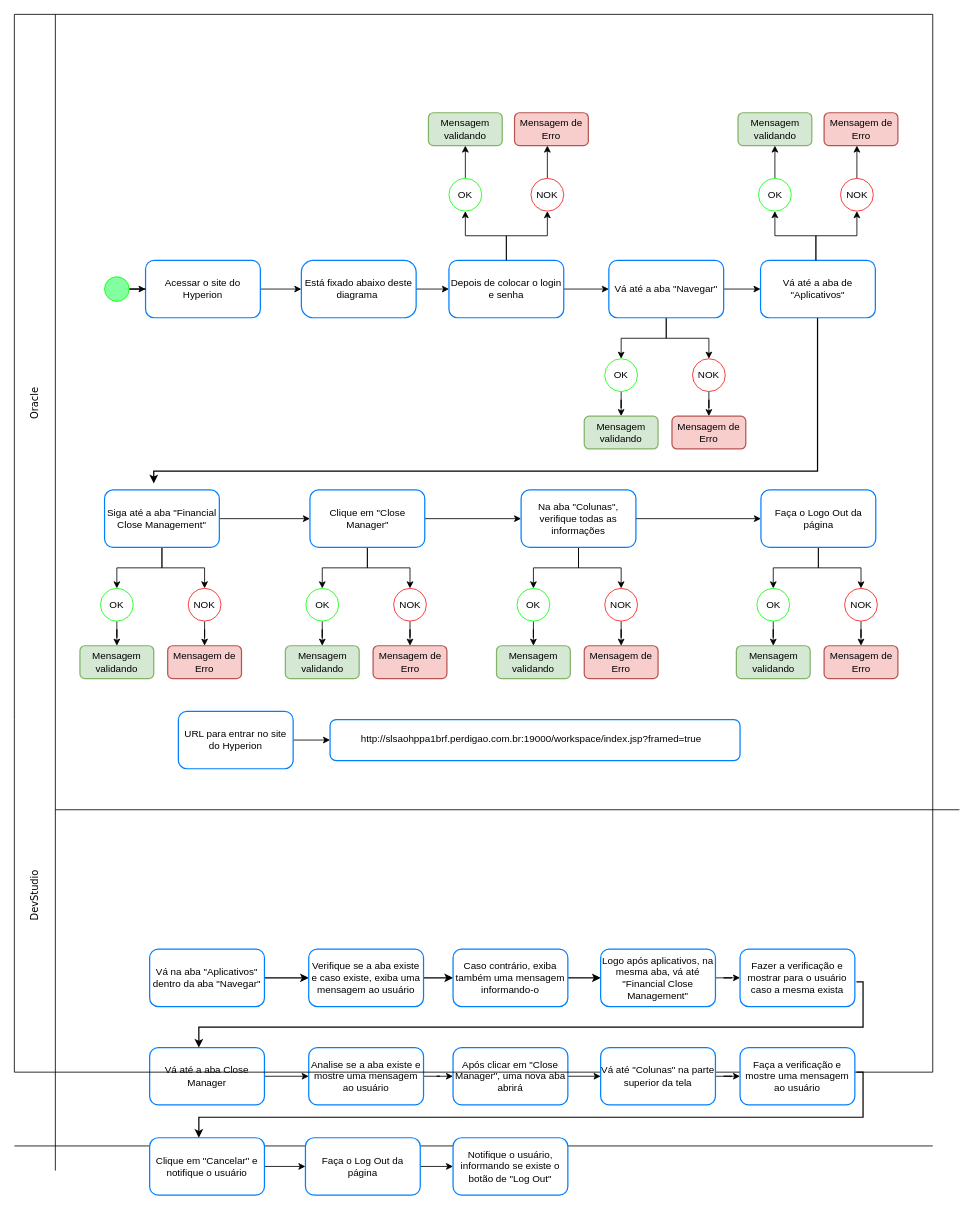
Before: Diagrama detalhado - RCT087.drawio in leopartika/Meus-Projetos, a draw.io diagram. Source tidied: cells renumbered, new cells numbered last; positions are measured from the earlier drawing's top-left corner, leaving out a move shared by most shapes. Both pictures are drawn from the tidied source at 82%, with x=0, y=0 at pixel (-2, 14).
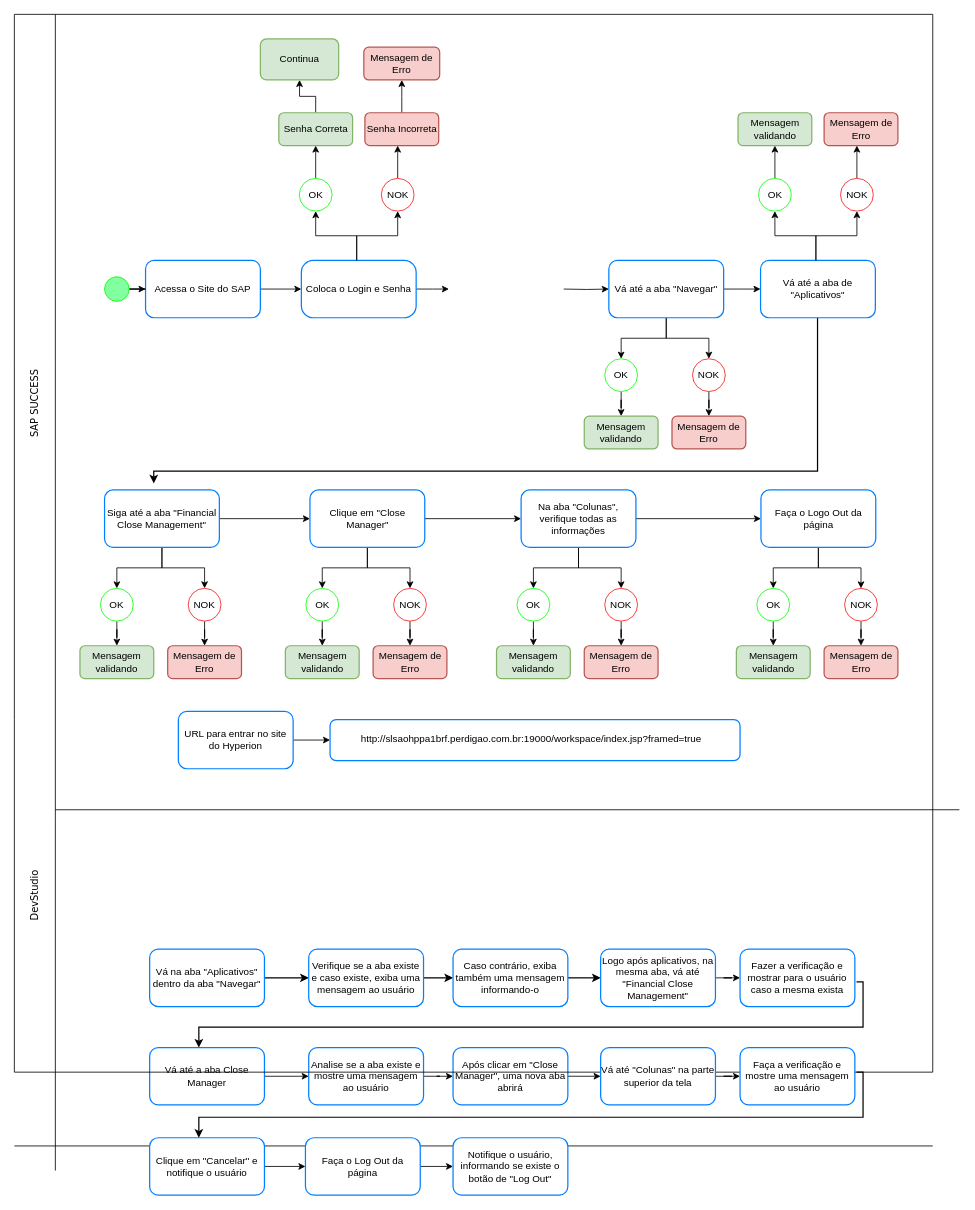
The same page after the edit.

Commit message:
Actualizar Diagrama detalhado - RCT091.drawio

Unchanged cells that the change refers to:
```xml
<mxCell id="13" value="Vá até a aba &quot;Navegar&quot;" style="rounded=1;whiteSpace=wrap;html=1;strokeColor=#007FFF;strokeWidth=1.5;" parent="1" vertex="1">
  <mxGeometry x="745" y="300" width="140" height="70" as="geometry" />
</mxCell>
```

Diff of the diagram source:
```diff
@@
-    <mxCell id="4" value="Acessar o site do Hyperion" style="rounded=1;whiteSpace=wrap;html=1;strokeColor=#007FFF;strokeWidth=1.5;" parent="1" vertex="1">
+    <mxCell id="4" value="Acessa o Site do SAP" style="rounded=1;whiteSpace=wrap;html=1;strokeColor=#007FFF;strokeWidth=1.5;" parent="1" vertex="1">
       <mxGeometry x="180" y="300" width="140" height="70" as="geometry" />
     </mxCell>
-    <mxCell id="5" style="edgeStyle=orthogonalEdgeStyle;rounded=0;jettySize=auto;html=1;" parent="1" edge="1" source="6" target="9">
-      <mxGeometry relative="1" as="geometry" />
+    <mxCell id="5" style="edgeStyle=orthogonalEdgeStyle;rounded=0;jettySize=auto;html=1;" parent="1" edge="1" source="6">
+      <mxGeometry relative="1" as="geometry">
+        <mxPoint x="550" y="335" as="targetPoint" />
+      </mxGeometry>
     </mxCell>
-    <mxCell id="6" value="Está fixado abaixo deste diagrama&amp;nbsp;" style="rounded=1;whiteSpace=wrap;html=1;strokeColor=#007FFF;strokeWidth=1.5;arcSize=21;" parent="1" vertex="1">
+    <mxCell id="6" value="Coloca o Login e Senha" style="rounded=1;whiteSpace=wrap;html=1;strokeColor=#007FFF;strokeWidth=1.5;arcSize=21;" parent="1" vertex="1">
       <mxGeometry x="370" y="300" width="140" height="70" as="geometry" />
     </mxCell>
-    <mxCell id="7" style="edgeStyle=orthogonalEdgeStyle;rounded=0;jettySize=auto;html=1;" parent="1" edge="1" source="9" target="13">
-      <mxGeometry relative="1" as="geometry" />
+    <mxCell id="7" style="edgeStyle=orthogonalEdgeStyle;rounded=0;jettySize=auto;html=1;" parent="1" edge="1" target="13">
+      <mxGeometry relative="1" as="geometry">
+        <mxPoint x="690" y="335" as="sourcePoint" />
+      </mxGeometry>
     </mxCell>
-    <mxCell id="8" style="edgeStyle=orthogonalEdgeStyle;rounded=0;jettySize=auto;html=1;entryX=0.5;entryY=1;entryDx=0;entryDy=0;" parent="1" edge="1" source="9" target="60">
+    <mxCell id="8" style="edgeStyle=orthogonalEdgeStyle;rounded=0;jettySize=auto;html=1;entryX=0.5;entryY=1;entryDx=0;entryDy=0;" parent="1" edge="1" target="60">
       <mxGeometry relative="1" as="geometry">
+        <mxPoint x="437.5" y="300" as="sourcePoint" />
         <Array as="points">
-          <mxPoint x="620" y="270" />
-          <mxPoint x="570" y="270" />
+          <mxPoint x="437.5" y="270" />
+          <mxPoint x="387.5" y="270" />
         </Array>
       </mxGeometry>
     </mxCell>
-    <mxCell id="9" value="Depois de colocar o login e senha" style="rounded=1;whiteSpace=wrap;html=1;strokeColor=#007FFF;strokeWidth=1.5;" parent="1" vertex="1">
-      <mxGeometry x="550" y="300" width="140" height="70" as="geometry" />
-    </mxCell>
@@
-    <mxCell id="27" value="Oracle" style="text;html=1;align=center;verticalAlign=middle;strokeColor=none;fillColor=none;rotation=270;fontStyle=0;fontFamily=Verdana;" parent="1" vertex="1">
-      <mxGeometry x="15" y="460" width="60" height="30" as="geometry" />
+    <mxCell id="27" value="SAP SUCCESS" style="text;html=1;align=center;verticalAlign=middle;strokeColor=none;fillColor=none;rotation=270;fontStyle=0;fontFamily=Verdana;" parent="1" vertex="1">
+      <mxGeometry x="-10" y="460" width="110" height="30" as="geometry" />
     </mxCell>
@@
     <mxCell id="60" value="OK" style="ellipse;whiteSpace=wrap;html=1;strokeColor=#0aff0a;" parent="1" vertex="1">
-      <mxGeometry x="550" y="200" width="40" height="40" as="geometry" />
+      <mxGeometry x="367.5" y="200" width="40" height="40" as="geometry" />
     </mxCell>
+    <mxCell id="119" style="edgeStyle=orthogonalEdgeStyle;rounded=0;jettySize=auto;html=1;" parent="1" edge="1" source="61" target="122">
+      <mxGeometry relative="1" as="geometry" />
+    </mxCell>
-    <mxCell id="61" value="Mensagem validando" style="whiteSpace=wrap;html=1;strokeColor=#82b366;rounded=1;strokeWidth=1.5;fillColor=#d5e8d4;" parent="1" vertex="1">
-      <mxGeometry x="525" y="120" width="90" height="40" as="geometry" />
+    <mxCell id="61" value="Senha Correta" style="whiteSpace=wrap;html=1;strokeColor=#82b366;rounded=1;strokeWidth=1.5;fillColor=#d5e8d4;" parent="1" vertex="1">
+      <mxGeometry x="342.5" y="120" width="90" height="40" as="geometry" />
     </mxCell>
     <mxCell id="62" style="edgeStyle=orthogonalEdgeStyle;rounded=0;orthogonalLoop=1;jettySize=auto;html=1;" parent="1" edge="1">
       <mxGeometry relative="1" as="geometry">
-        <mxPoint x="620" y="300" as="sourcePoint" />
-        <mxPoint x="670" y="240" as="targetPoint" />
+        <mxPoint x="437.5" y="300" as="sourcePoint" />
+        <mxPoint x="487.5" y="240" as="targetPoint" />
         <Array as="points">
-          <mxPoint x="620" y="270" />
-          <mxPoint x="670" y="270" />
-          <mxPoint x="670" y="240" />
+          <mxPoint x="437.5" y="270" />
+          <mxPoint x="487.5" y="270" />
+          <mxPoint x="487.5" y="240" />
         </Array>
       </mxGeometry>
     </mxCell>
     <mxCell id="63" style="edgeStyle=orthogonalEdgeStyle;rounded=0;jettySize=auto;html=1;" parent="1" edge="1" source="64" target="65">
       <mxGeometry relative="1" as="geometry">
         <Array as="points">
-          <mxPoint x="670" y="160" />
-          <mxPoint x="670" y="160" />
+          <mxPoint x="487.5" y="160" />
+          <mxPoint x="487.5" y="160" />
         </Array>
       </mxGeometry>
     </mxCell>
     <mxCell id="64" value="NOK" style="ellipse;whiteSpace=wrap;html=1;strokeColor=#f71818;" parent="1" vertex="1">
-      <mxGeometry x="650" y="200" width="40" height="40" as="geometry" />
+      <mxGeometry x="467.5" y="200" width="40" height="40" as="geometry" />
     </mxCell>
+    <mxCell id="120" style="edgeStyle=orthogonalEdgeStyle;rounded=0;jettySize=auto;html=1;" parent="1" edge="1" source="65" target="121">
+      <mxGeometry relative="1" as="geometry" />
+    </mxCell>
-    <mxCell id="65" value="Mensagem de Erro" style="whiteSpace=wrap;html=1;strokeColor=#b85450;rounded=1;strokeWidth=1.5;fillColor=#f8cecc;" parent="1" vertex="1">
-      <mxGeometry x="630" y="120" width="90" height="40" as="geometry" />
+    <mxCell id="65" value="Senha Incorreta" style="whiteSpace=wrap;html=1;strokeColor=#b85450;rounded=1;strokeWidth=1.5;fillColor=#f8cecc;" parent="1" vertex="1">
+      <mxGeometry x="447.5" y="120" width="90" height="40" as="geometry" />
     </mxCell>
@@
+    <mxCell id="121" value="Mensagem de Erro" style="whiteSpace=wrap;html=1;fillColor=#f8cecc;strokeColor=#b85450;rounded=1;strokeWidth=1.5;" parent="1" vertex="1">
+      <mxGeometry x="446.2" y="40" width="92.5" height="40" as="geometry" />
+    </mxCell>
+    <mxCell id="122" value="Continua" style="whiteSpace=wrap;html=1;fillColor=#d5e8d4;strokeColor=#82b366;rounded=1;strokeWidth=1.5;" parent="1" vertex="1">
+      <mxGeometry x="320" y="30" width="95.5" height="50" as="geometry" />
+    </mxCell>
```
